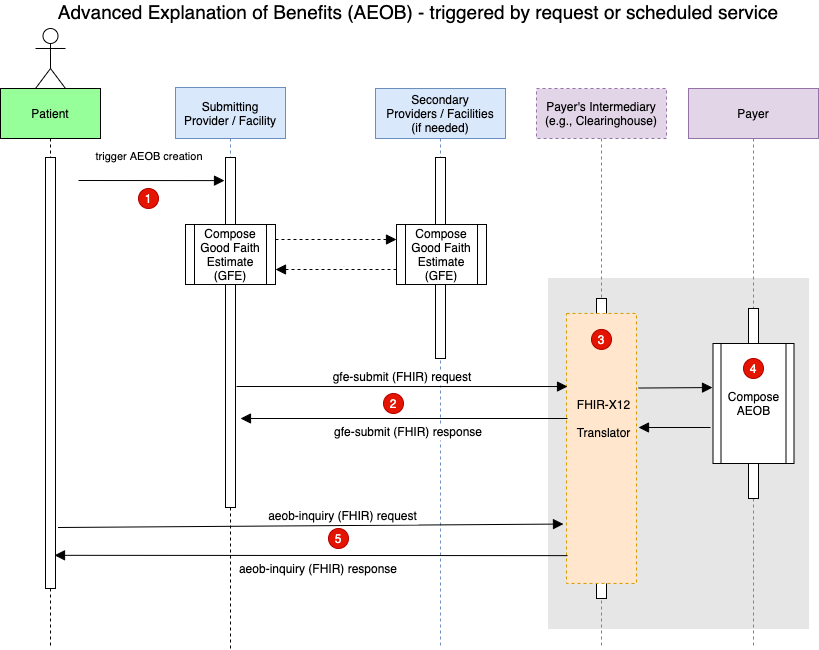
Above: input/images/AEOB-interaction.png in HL7/davinci-pct (draw.io), before the change. Source tidied: cells renumbered, new cells last; positions are measured from the earlier drawing's top-left corner, leaving out a move shared by most shapes.
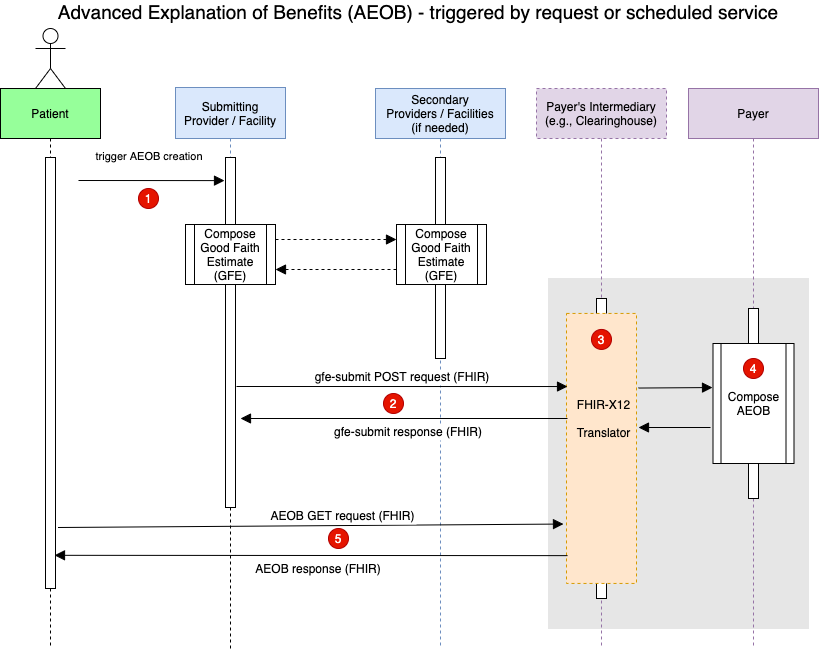
The same file after the commit.

What changed in the source:
```diff
@@ -96,10 +96,10 @@
     <mxCell id="30" value="4" style="ellipse;whiteSpace=wrap;html=1;fillColor=#e51400;strokeColor=#B20000;fontColor=#ffffff;" parent="1" vertex="1">
       <mxGeometry x="743" y="357" width="20" height="20" as="geometry" />
     </mxCell>
-    <mxCell id="31" value="aeob-inquiry (FHIR) response" style="verticalAlign=bottom;endArrow=block;endSize=8;shadow=0;strokeWidth=1;endFill=1;entryX=0.9;entryY=0.923;entryDx=0;entryDy=0;entryPerimeter=0;exitX=0.014;exitY=0.897;exitDx=0;exitDy=0;exitPerimeter=0;fontSize=12;" parent="1" edge="1" source="26" target="3">
+    <mxCell id="31" value="AEOB response (FHIR)" style="verticalAlign=bottom;endArrow=block;endSize=8;shadow=0;strokeWidth=1;endFill=1;entryX=0.9;entryY=0.923;entryDx=0;entryDy=0;entryPerimeter=0;exitX=0.014;exitY=0.897;exitDx=0;exitDy=0;exitPerimeter=0;fontSize=12;" parent="1" edge="1" source="26" target="3">
       <mxGeometry x="-0.03" y="23" relative="1" as="geometry" />
     </mxCell>
-    <mxCell id="32" value="gfe-submit (FHIR) request" style="verticalAlign=bottom;endArrow=block;shadow=0;strokeWidth=1;entryX=-0.014;entryY=0.388;entryDx=0;entryDy=0;entryPerimeter=0;endSize=8;fontSize=12;" parent="1" edge="1">
+    <mxCell id="32" value="gfe-submit POST request (FHIR)" style="verticalAlign=bottom;endArrow=block;shadow=0;strokeWidth=1;entryX=-0.014;entryY=0.388;entryDx=0;entryDy=0;entryPerimeter=0;endSize=8;fontSize=12;" parent="1" edge="1">
       <mxGeometry relative="1" as="geometry">
         <mxPoint x="236" y="385" as="sourcePoint" />
         <mxPoint x="567" y="385" as="targetPoint" />
@@ -116,12 +116,12 @@
         <mxPoint x="638" y="426" as="targetPoint" />
       </mxGeometry>
     </mxCell>
-    <mxCell id="35" value="aeob-inquiry (FHIR) request" style="verticalAlign=bottom;endArrow=block;endSize=8;shadow=0;strokeWidth=1;endFill=1;entryX=-0.043;entryY=0.78;entryDx=0;entryDy=0;entryPerimeter=0;fontSize=12;" parent="1" edge="1" target="26">
+    <mxCell id="35" value="AEOB GET request (FHIR)" style="verticalAlign=bottom;endArrow=block;endSize=8;shadow=0;strokeWidth=1;endFill=1;entryX=-0.043;entryY=0.78;entryDx=0;entryDy=0;entryPerimeter=0;fontSize=12;" parent="1" edge="1" target="26">
       <mxGeometry x="0.13" relative="1" as="geometry">
         <mxPoint x="57.5" y="526" as="sourcePoint" />
       </mxGeometry>
     </mxCell>
-    <mxCell id="36" value="gfe-submit (FHIR) response" style="verticalAlign=bottom;endArrow=block;endSize=8;shadow=0;strokeWidth=1;endFill=1;fontSize=12;" parent="1" edge="1">
+    <mxCell id="36" value="gfe-submit response (FHIR)" style="verticalAlign=bottom;endArrow=block;endSize=8;shadow=0;strokeWidth=1;endFill=1;fontSize=12;" parent="1" edge="1">
       <mxGeometry x="-0.03" y="23" relative="1" as="geometry">
         <mxPoint x="567" y="417" as="sourcePoint" />
         <mxPoint x="240" y="417" as="targetPoint" />
```
